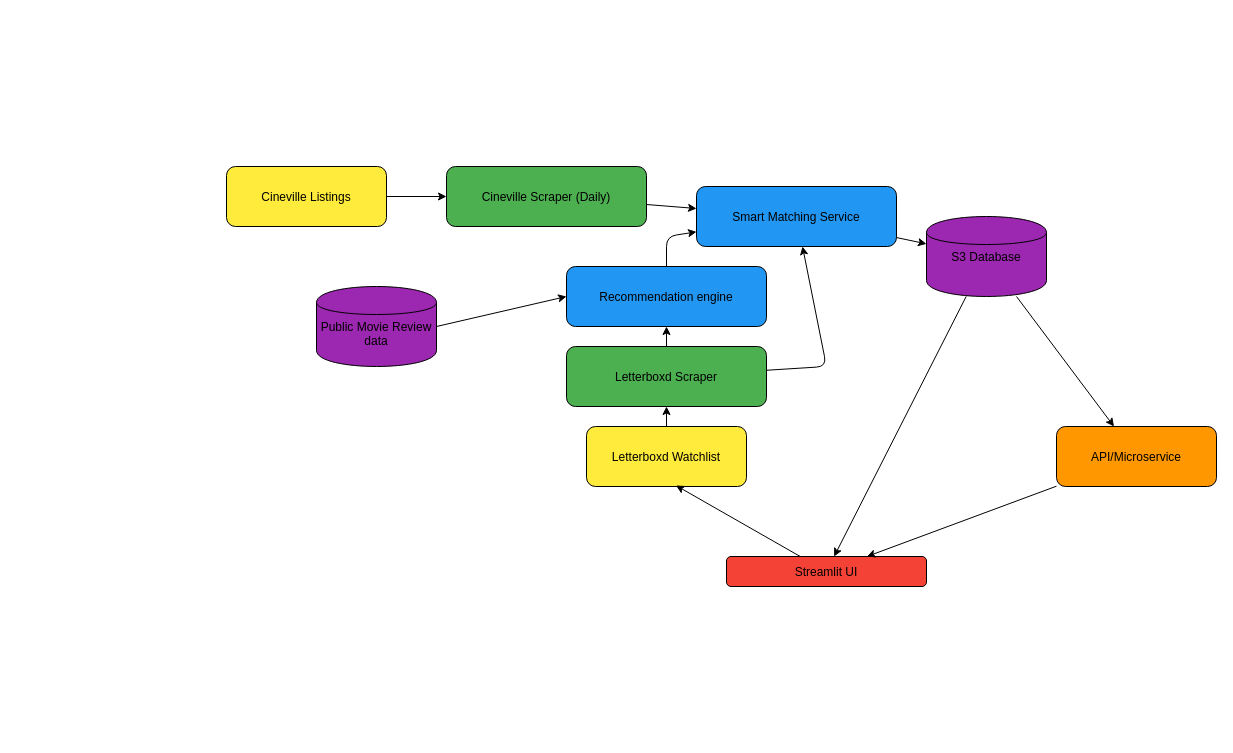
Above: drawio/cineville_letterboxd_system_v2.drawio in asnijders/cineville_scraper (draw.io), before the change. Source tidied: cells renumbered, new cells numbered last; positions are measured from the earlier drawing's top-left corner, leaving out a move shared by most shapes. Both pictures are drawn from the tidied source at 100%, with x=0, y=0 at pixel (226, 166).
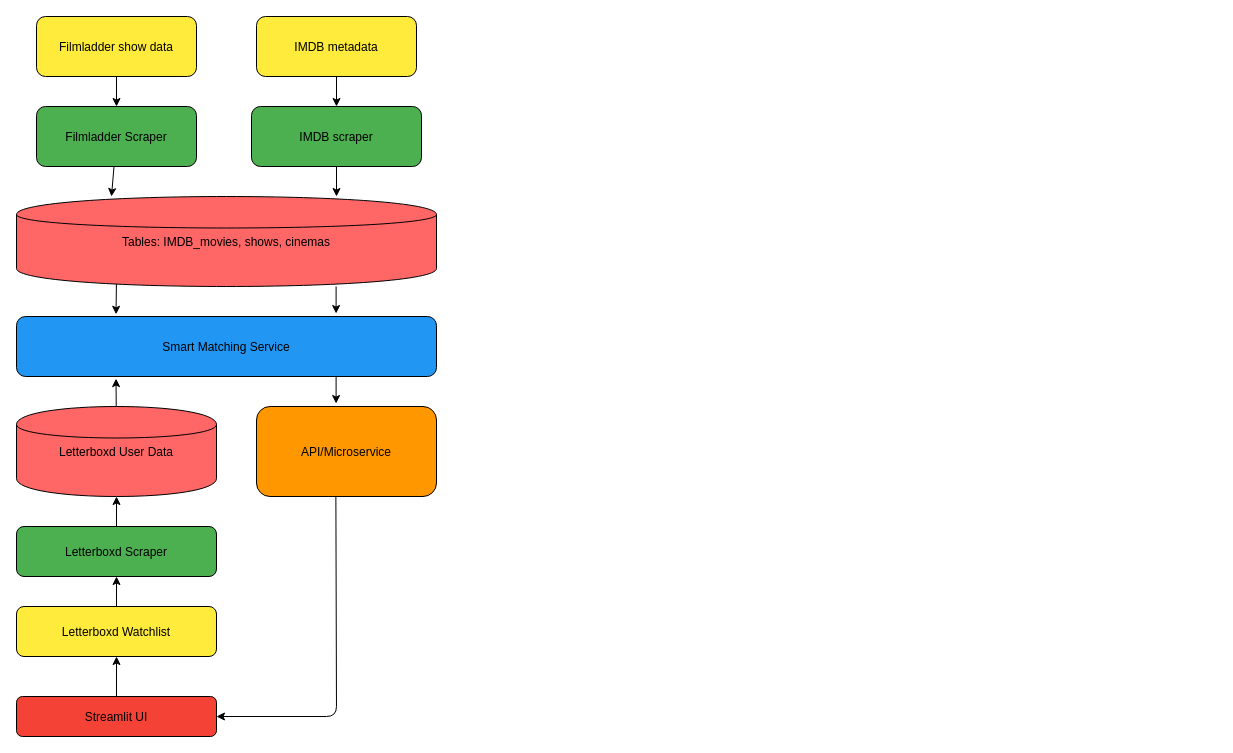
Above is the later version.

The edit, as a diff of the source:
```diff
@@
-    <mxCell id="2" value="Cineville Listings" style="rounded=1;strokeColor=#000000;fillColor=#FFEB3B;" parent="1" vertex="1">
-      <mxGeometry width="160" height="60" as="geometry" />
+    <mxCell id="2" value="Filmladder show data" style="rounded=1;strokeColor=#000000;fillColor=#FFEB3B;" parent="1" vertex="1">
+      <mxGeometry x="-190" y="-150" width="160" height="60" as="geometry" />
     </mxCell>
     <mxCell id="3" value="Letterboxd Watchlist" style="rounded=1;strokeColor=#000000;fillColor=#FFEB3B;" parent="1" vertex="1">
-      <mxGeometry x="360" y="260" width="160" height="60" as="geometry" />
+      <mxGeometry x="-210" y="440" width="200" height="50" as="geometry" />
     </mxCell>
+    <mxCell id="24" style="edgeStyle=none;html=1;" parent="1" edge="1" source="4">
+      <mxGeometry relative="1" as="geometry">
+        <mxPoint x="-115" y="30" as="targetPoint" />
+      </mxGeometry>
+    </mxCell>
-    <mxCell id="4" value="Cineville Scraper (Daily)" style="rounded=1;strokeColor=#000000;fillColor=#4CAF50;" parent="1" vertex="1">
-      <mxGeometry x="220" width="200" height="60" as="geometry" />
+    <mxCell id="4" value="Filmladder Scraper" style="rounded=1;strokeColor=#000000;fillColor=#4CAF50;" parent="1" vertex="1">
+      <mxGeometry x="-190" y="-60" width="160" height="60" as="geometry" />
     </mxCell>
-    <mxCell id="5" style="edgeStyle=none;html=1;exitX=0.5;exitY=0;exitDx=0;exitDy=0;entryX=0.5;entryY=1;entryDx=0;entryDy=0;" parent="1" edge="1" source="6" target="21">
-      <mxGeometry relative="1" as="geometry" />
-    </mxCell>
+    <mxCell id="25" style="edgeStyle=none;html=1;" parent="1" edge="1" source="6" target="34">
+      <mxGeometry relative="1" as="geometry" />
+    </mxCell>
     <mxCell id="6" value="Letterboxd Scraper" style="rounded=1;strokeColor=#000000;fillColor=#4CAF50;" parent="1" vertex="1">
-      <mxGeometry x="340" y="180" width="200" height="60" as="geometry" />
+      <mxGeometry x="-210" y="360" width="200" height="50" as="geometry" />
     </mxCell>
     <mxCell id="7" value="Smart Matching Service" style="rounded=1;strokeColor=#000000;fillColor=#2196F3;" parent="1" vertex="1">
-      <mxGeometry x="470" y="20" width="200" height="60" as="geometry" />
+      <mxGeometry x="-210" y="150" width="420" height="60" as="geometry" />
     </mxCell>
-    <mxCell id="8" value="S3 Database" style="shape=cylinder;strokeColor=#000000;fillColor=#9C27B0;" parent="1" vertex="1">
-      <mxGeometry x="700" y="50" width="120" height="80" as="geometry" />
-    </mxCell>
+    <mxCell id="19" style="edgeStyle=none;html=1;exitX=0.5;exitY=0;exitDx=0;exitDy=0;entryX=0.5;entryY=1;entryDx=0;entryDy=0;" parent="1" edge="1" source="9" target="3">
+      <mxGeometry relative="1" as="geometry" />
+    </mxCell>
     <mxCell id="9" value="Streamlit UI" style="rounded=1;strokeColor=#000000;fillColor=#F44336;" parent="1" vertex="1">
-      <mxGeometry x="500" y="390" width="200" height="30" as="geometry" />
+      <mxGeometry x="-210" y="530" width="200" height="40" as="geometry" />
     </mxCell>
     <mxCell id="10" value="API/Microservice" style="rounded=1;strokeColor=#000000;fillColor=#FF9800;" parent="1" vertex="1">
-      <mxGeometry x="830" y="260" width="160" height="60" as="geometry" />
+      <mxGeometry x="30" y="240" width="180" height="90" as="geometry" />
     </mxCell>
@@
-    <mxCell id="13" parent="1" edge="1" source="4" target="7">
-      <mxGeometry relative="1" as="geometry" />
-    </mxCell>
-    <mxCell id="14" parent="1" edge="1" source="6" target="7">
-      <mxGeometry relative="1" as="geometry">
-        <Array as="points">
-          <mxPoint x="600" y="200" />
-        </Array>
-      </mxGeometry>
-    </mxCell>
-    <mxCell id="15" parent="1" edge="1" source="7" target="8">
-      <mxGeometry relative="1" as="geometry" />
-    </mxCell>
-    <mxCell id="16" parent="1" edge="1" source="8" target="9">
-      <mxGeometry relative="1" as="geometry" />
-    </mxCell>
-    <mxCell id="17" parent="1" edge="1" source="8" target="10">
-      <mxGeometry relative="1" as="geometry" />
-    </mxCell>
-    <mxCell id="18" parent="1" edge="1" source="10" target="9">
-      <mxGeometry relative="1" as="geometry" />
+    <mxCell id="18" style="exitX=0.441;exitY=0.999;exitDx=0;exitDy=0;exitPerimeter=0;" parent="1" edge="1" source="10" target="9">
+      <mxGeometry relative="1" as="geometry">
+        <Array as="points">
+          <mxPoint x="110" y="550" />
+        </Array>
+      </mxGeometry>
     </mxCell>
-    <mxCell id="19" style="edgeStyle=none;html=1;entryX=0.559;entryY=0.983;entryDx=0;entryDy=0;entryPerimeter=0;" parent="1" edge="1" source="9" target="3">
-      <mxGeometry relative="1" as="geometry" />
-    </mxCell>
-    <mxCell id="20" style="edgeStyle=none;html=1;exitX=0.5;exitY=0;exitDx=0;exitDy=0;" parent="1" edge="1" source="21" target="7">
-      <mxGeometry relative="1" as="geometry">
-        <Array as="points">
-          <mxPoint x="440" y="70" />
-        </Array>
-      </mxGeometry>
-    </mxCell>
-    <mxCell id="21" value="Recommendation engine" style="rounded=1;strokeColor=#000000;fillColor=#2196F3;" parent="1" vertex="1">
-      <mxGeometry x="340" y="100" width="200" height="60" as="geometry" />
-    </mxCell>
-    <mxCell id="22" style="edgeStyle=none;html=1;exitX=1;exitY=0.5;exitDx=0;exitDy=0;entryX=0;entryY=0.5;entryDx=0;entryDy=0;" parent="1" edge="1" source="23" target="21">
-      <mxGeometry relative="1" as="geometry" />
-    </mxCell>
-    <mxCell id="23" value="&#10;&#10;Public Movie Review&#10;data&#10;" style="shape=cylinder;strokeColor=#000000;fillColor=#9C27B0;" parent="1" vertex="1">
-      <mxGeometry x="90" y="120" width="120" height="80" as="geometry" />
-    </mxCell>
+    <mxCell id="26" style="edgeStyle=none;html=1;" parent="1" edge="1" source="27">
+      <mxGeometry relative="1" as="geometry">
+        <mxPoint x="110" y="30" as="targetPoint" />
+      </mxGeometry>
+    </mxCell>
+    <mxCell id="27" value="IMDB scraper" style="rounded=1;strokeColor=#000000;fillColor=#4CAF50;" parent="1" vertex="1">
+      <mxGeometry x="25" y="-60" width="170" height="60" as="geometry" />
+    </mxCell>
+    <mxCell id="28" style="edgeStyle=none;html=1;" parent="1" edge="1" source="29" target="27">
+      <mxGeometry relative="1" as="geometry" />
+    </mxCell>
+    <mxCell id="29" value="IMDB metadata" style="rounded=1;strokeColor=#000000;fillColor=#FFEB3B;" parent="1" vertex="1">
+      <mxGeometry x="30" y="-150" width="160" height="60" as="geometry" />
+    </mxCell>
+    <mxCell id="30" style="edgeStyle=none;html=1;entryX=0.237;entryY=-0.037;entryDx=0;entryDy=0;entryPerimeter=0;" parent="1" edge="1" target="7">
+      <mxGeometry relative="1" as="geometry">
+        <mxPoint x="-110" y="110" as="sourcePoint" />
+      </mxGeometry>
+    </mxCell>
+    <mxCell id="31" value="Tables: IMDB_movies, shows, cinemas" style="shape=cylinder;strokeColor=#000000;fillColor=#FF6666;" parent="1" vertex="1">
+      <mxGeometry x="-210" y="30" width="420" height="90" as="geometry" />
+    </mxCell>
+    <mxCell id="32" style="edgeStyle=none;html=1;entryX=0.237;entryY=-0.037;entryDx=0;entryDy=0;entryPerimeter=0;" parent="1" edge="1">
+      <mxGeometry relative="1" as="geometry">
+        <mxPoint x="109.6" y="120" as="sourcePoint" />
+        <mxPoint x="109.6" y="147" as="targetPoint" />
+      </mxGeometry>
+    </mxCell>
+    <mxCell id="33" style="edgeStyle=none;html=1;entryX=0.237;entryY=1.035;entryDx=0;entryDy=0;entryPerimeter=0;" parent="1" edge="1" source="34" target="7">
+      <mxGeometry relative="1" as="geometry" />
+    </mxCell>
+    <mxCell id="34" value="Letterboxd User Data" style="shape=cylinder;strokeColor=#000000;fillColor=#FF6666;" parent="1" vertex="1">
+      <mxGeometry x="-210" y="240" width="200" height="90" as="geometry" />
+    </mxCell>
+    <mxCell id="35" style="edgeStyle=none;html=1;entryX=0.237;entryY=-0.037;entryDx=0;entryDy=0;entryPerimeter=0;" parent="1" edge="1">
+      <mxGeometry relative="1" as="geometry">
+        <mxPoint x="109.6" y="210" as="sourcePoint" />
+        <mxPoint x="109.6" y="237" as="targetPoint" />
+      </mxGeometry>
+    </mxCell>
```
